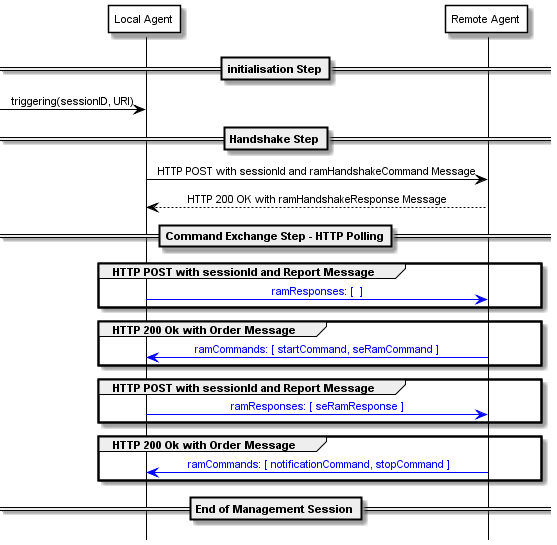
The PlantUML diagram doc/images/GP_SERAM__HTTP_Command_Exchange.png in slegouix/SERAM, before a commit.
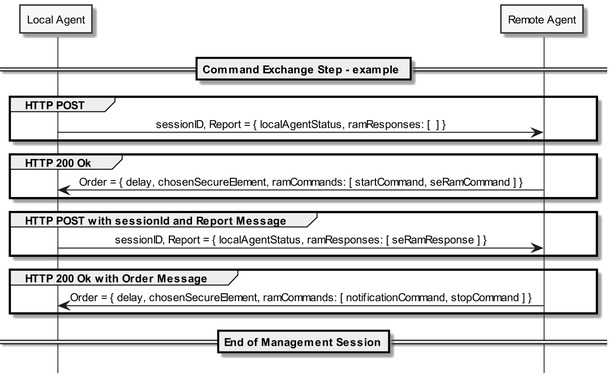
The same file after the commit.

Diff of the diagram source:
```diff
@@ -1,45 +1,32 @@
 @startuml
 
 hide footbox
-skinparam participantBorderColor Black
-skinparam participantBackgroundColor White
+skinparam monochrome true
+skinparam dpi 200
 skinparam SequenceMessageAlign center
 skinparam sequenceArrowColor Black
-skinparam sequenceLifeLineBorderColor Black
 skinparam lifelinestrategy solid
 skinparam defaultFontSize 11
-skinparam ActorFontSize 12
-skinparam ActorFontSize 12
-skinparam sequenceArrowFontSize 11
-skinparam noteFontSize 11
 
 participant "Local Agent" as LA
 participant "Remote Agent" as RA
 
-==initialisation Step==
-LA<-[ : triggering(sessionID, URI)
+==Command Exchange Step - example ==
 
-==Handshake Step==
+group HTTP POST
+ LA -[#0000FF]> RA : sessionID, Report = { localAgentStatus, ramResponses: [  ] }
+end
 
-LA -> RA : HTTP POST with sessionId and ramHandshakeCommand Message
-RA --> LA : HTTP 200 OK with ramHandshakeResponse Message
-
-==Command Exchange Step - HTTP Polling==
+group HTTP 200 Ok
+ LA <[#0000FF]- RA : Order = { delay, chosenSecureElement, ramCommands: [ startCommand, seRamCommand ] }
+end
 
 group HTTP POST with sessionId and Report Message
- LA -[#0000FF]> RA : <color #0000FF>ramResponses: [  ]</color>
+ LA -[#0000FF]> RA : sessionID, Report = { localAgentStatus, ramResponses: [ seRamResponse ] }
 end
 
 group HTTP 200 Ok with Order Message
- LA <[#0000FF]- RA : <color #0000FF>ramCommands: [ startCommand, seRamCommand ]</color>
-end
-
-group HTTP POST with sessionId and Report Message
- LA -[#0000FF]> RA : <color #0000FF>ramResponses: [ seRamResponse ]</color>
-end
-
-group HTTP 200 Ok with Order Message
- LA <[#0000FF]- RA : <color #0000FF> ramCommands: [ notificationCommand, stopCommand ]</color>
+ LA <[#0000FF]- RA : Order = { delay, chosenSecureElement, ramCommands: [ notificationCommand, stopCommand ] }
 end
 ==End of Management Session==
 
```
